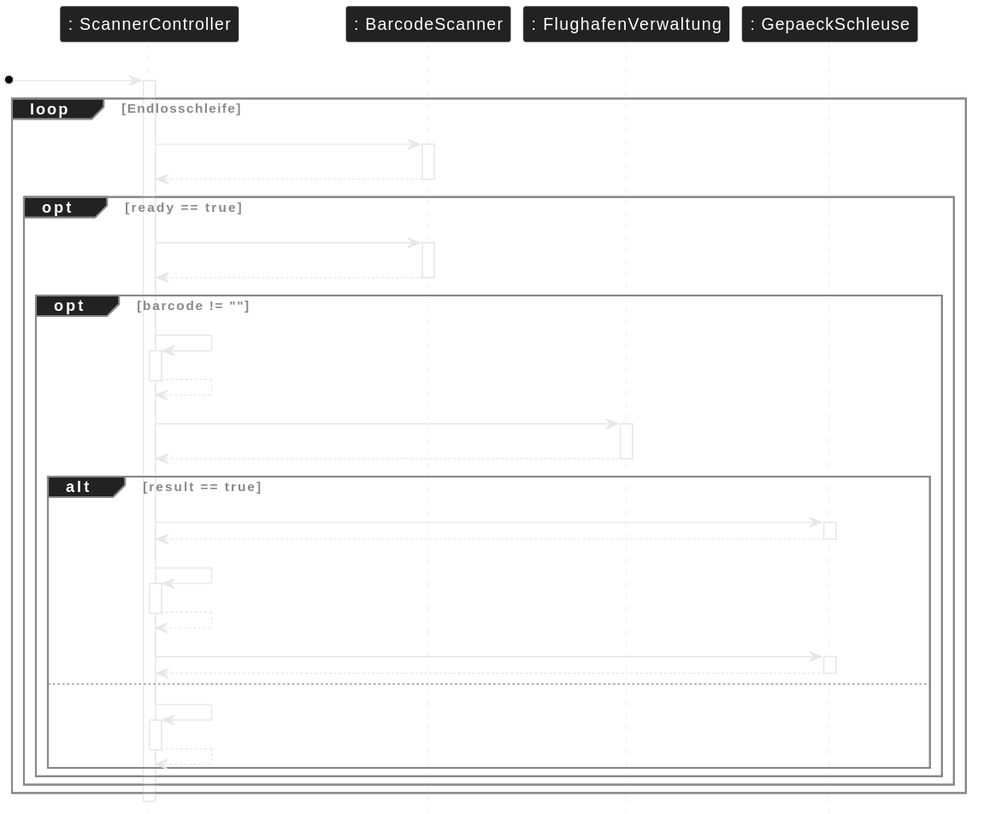
Above: assets/img/sec6/lvl24-2.svg in OnlyCook/abitur-elite-code (PlantUML), before the change. Source of this version:
```plantuml
@startuml
skinparam backgroundcolor transparent
skinparam classAttributeIconSize 0
skinparam SequenceGroupFontColor #888888
skinparam SequenceGroupBorderColor #888888
skinparam SequenceGroupBackgroundColor #222222
hide footbox

participant ": ScannerController" as C
participant ": BarcodeScanner" as S
participant ": FlughafenVerwaltung" as V
participant ": GepaeckSchleuse" as G

[o-> C : run()
activate C
loop Endlosschleife
  C -> S : isReady()
  activate S
  S --> C : ready
  deactivate S

  opt ready == true
    C -> S : readBarcode()
    activate S
    S --> C : barcode
    deactivate S

    opt barcode != ""
      C -> C : extrahiere passID und gewicht
      activate C
      C --> C
      deactivate C

      C -> V : checkBoarding(passID, gewicht)
      activate V
      V --> C : result
      deactivate V

      alt result == true
        C -> G : unlock()
        activate G
        G --> C
        deactivate G
        C -> C : warte 5 Sekunden
        activate C
        C --> C
        deactivate C
        C -> G : lock()
        activate G
        G --> C
        deactivate G
      else
        C -> C : log("Abgewiesen")
        activate C
        C --> C
        deactivate C
      end
    end
  end
end
deactivate C
@enduml
```
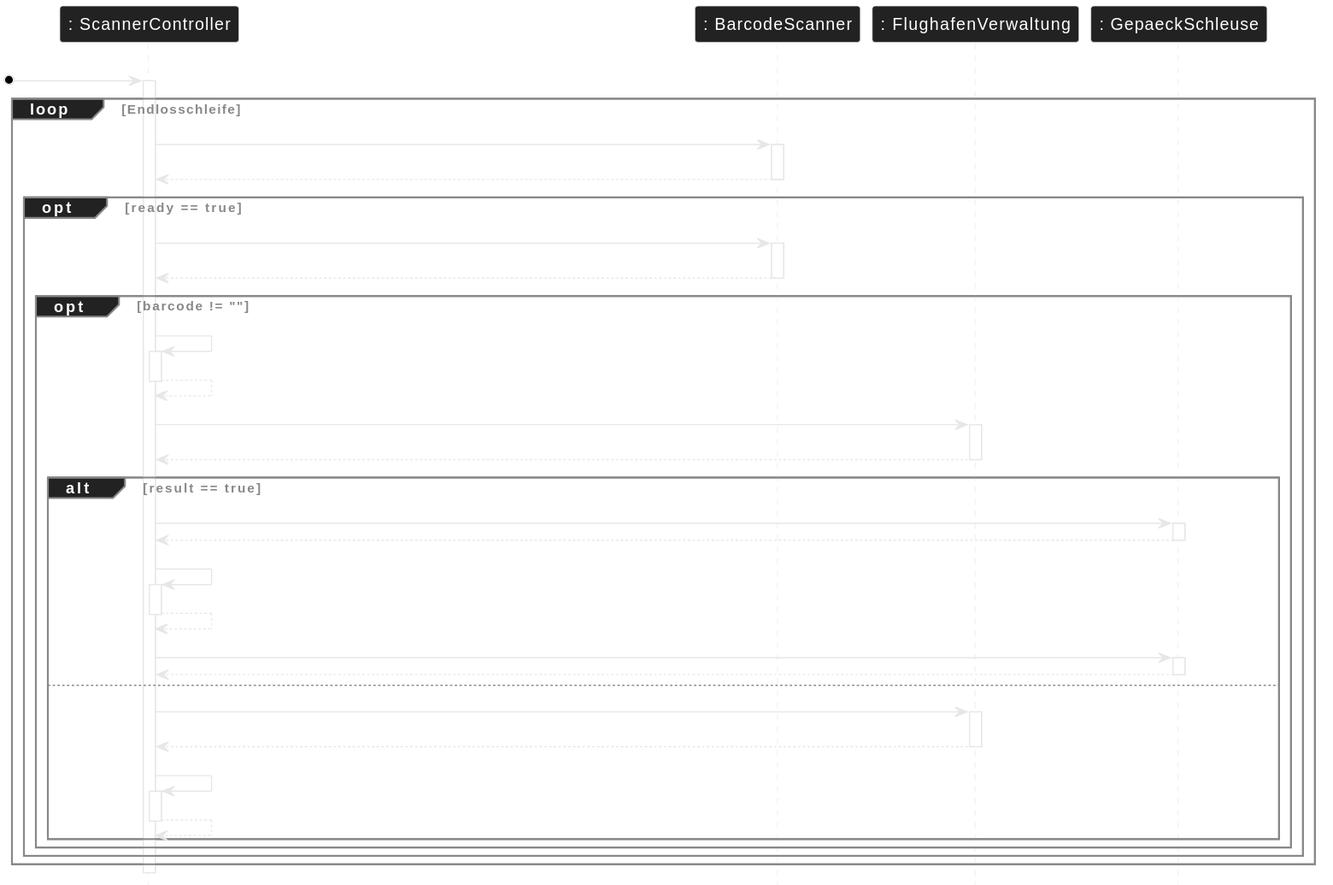
Above is the later version.

What changed in the source:
```diff
@@ -50,7 +50,11 @@
         G --> C
         deactivate G
       else
-        C -> C : log("Abgewiesen")
+        C -> V : getLogs()
+        activate V
+        V --> C : logListe
+        deactivate V
+        C -> C : füge neuen Log zu logListe mit "Abgewiesen" und jetzigem Zeitpunkt hinzu
         activate C
         C --> C
         deactivate C
```
